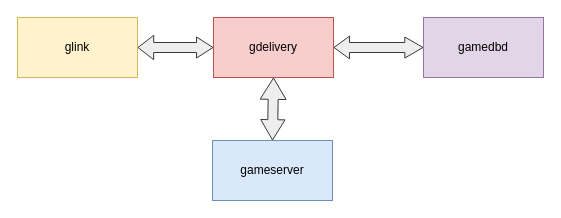
Above: page "Page-1" (1 of 4) of Untitled Diagram.drawio in hsoul/lqua (draw.io), before the change. Source tidied: cells renumbered, new cells numbered last; positions are measured from the earlier drawing's top-left corner, leaving out a move shared by most shapes. Both pictures are drawn from the tidied source at 100%, with x=0, y=0 at pixel (17, 17).
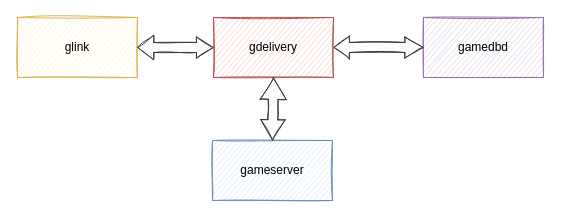
Above is the later version.

The edit, as a diff of the source:
```diff
@@
 <mxGraphModel>
   <root>
     <mxCell id="0" />
     <mxCell id="1" parent="0" />
-    <mxCell id="2" value="glink" style="rounded=0;whiteSpace=wrap;html=1;shadow=0;fontFamily=Helvetica;fontSize=12;align=center;fillColor=#fff2cc;strokeColor=#d6b656;" parent="1" vertex="1">
+    <mxCell id="2" value="glink" style="rounded=0;whiteSpace=wrap;html=1;shadow=0;fontFamily=Helvetica;fontSize=12;align=center;fillColor=#fff2cc;strokeColor=#d6b656;sketch=1;" parent="1" vertex="1">
       <mxGeometry width="120" height="60" as="geometry" />
     </mxCell>
-    <mxCell id="3" value="gdelivery" style="rounded=0;whiteSpace=wrap;html=1;shadow=0;fontFamily=Helvetica;fontSize=12;align=center;fillColor=#f8cecc;strokeColor=#b85450;" parent="1" vertex="1">
+    <mxCell id="3" value="gdelivery" style="rounded=0;whiteSpace=wrap;html=1;shadow=0;fontFamily=Helvetica;fontSize=12;align=center;fillColor=#f8cecc;strokeColor=#b85450;sketch=1;" parent="1" vertex="1">
       <mxGeometry x="196" width="120" height="60" as="geometry" />
     </mxCell>
-    <mxCell id="4" value="gamedbd" style="rounded=0;whiteSpace=wrap;html=1;shadow=0;fontFamily=Helvetica;fontSize=12;align=center;fillColor=#e1d5e7;strokeColor=#9673a6;" parent="1" vertex="1">
+    <mxCell id="4" value="gamedbd" style="rounded=0;whiteSpace=wrap;html=1;shadow=0;fontFamily=Helvetica;fontSize=12;align=center;fillColor=#e1d5e7;strokeColor=#9673a6;sketch=1;" parent="1" vertex="1">
       <mxGeometry x="406" width="120" height="60" as="geometry" />
     </mxCell>
-    <mxCell id="5" value="gameserver" style="rounded=0;whiteSpace=wrap;html=1;shadow=0;fontFamily=Helvetica;fontSize=12;align=center;fillColor=#dae8fc;strokeColor=#6c8ebf;" parent="1" vertex="1">
+    <mxCell id="5" value="gameserver" style="rounded=0;whiteSpace=wrap;html=1;shadow=0;fontFamily=Helvetica;fontSize=12;align=center;fillColor=#dae8fc;strokeColor=#6c8ebf;sketch=1;" parent="1" vertex="1">
       <mxGeometry x="195" y="123" width="120" height="60" as="geometry" />
     </mxCell>
-    <mxCell id="6" style="shape=flexArrow;endArrow=classic;startArrow=block;html=1;fontFamily=Helvetica;fontSize=12;exitX=1;exitY=0.5;exitDx=0;exitDy=0;entryX=0;entryY=0.5;entryDx=0;entryDy=0;endWidth=10;endSize=5.166666666666667;startWidth=13.333333333333334;startSize=4.891666666666667;startFill=0;fillColor=#eeeeee;strokeColor=#36393d;" parent="1" edge="1" source="2" target="3">
+    <mxCell id="6" style="shape=flexArrow;endArrow=classic;startArrow=block;html=1;fontFamily=Helvetica;fontSize=12;exitX=1;exitY=0.5;exitDx=0;exitDy=0;entryX=0;entryY=0.5;entryDx=0;entryDy=0;endWidth=10;endSize=5.166666666666667;startWidth=13.333333333333334;startSize=4.891666666666667;startFill=0;fillColor=#eeeeee;strokeColor=#36393d;sketch=1;" parent="1" edge="1" source="2" target="3">
       <mxGeometry relative="1" as="geometry" />
     </mxCell>
-    <mxCell id="7" style="shape=flexArrow;endArrow=classic;startArrow=classic;html=1;fontFamily=Helvetica;fontSize=12;entryX=0;entryY=0.5;entryDx=0;entryDy=0;exitX=1;exitY=0.5;exitDx=0;exitDy=0;startWidth=11.666666666666668;startSize=4.833333333333333;endWidth=10;endSize=5.7250000000000005;fillColor=#eeeeee;strokeColor=#36393d;" parent="1" edge="1" source="3" target="4">
+    <mxCell id="7" style="shape=flexArrow;endArrow=classic;startArrow=classic;html=1;fontFamily=Helvetica;fontSize=12;entryX=0;entryY=0.5;entryDx=0;entryDy=0;exitX=1;exitY=0.5;exitDx=0;exitDy=0;startWidth=11.666666666666668;startSize=4.833333333333333;endWidth=10;endSize=5.7250000000000005;fillColor=#eeeeee;strokeColor=#36393d;sketch=1;" parent="1" edge="1" source="3" target="4">
       <mxGeometry relative="1" as="geometry" />
     </mxCell>
-    <mxCell id="8" style="shape=flexArrow;endArrow=classic;startArrow=classic;html=1;fontFamily=Helvetica;fontSize=12;entryX=0.5;entryY=1;entryDx=0;entryDy=0;exitX=0.5;exitY=0;exitDx=0;exitDy=0;endWidth=15;endSize=6.783333333333334;startWidth=13.333333333333334;startSize=6.441666666666667;fillColor=#eeeeee;strokeColor=#36393d;" parent="1" edge="1" source="5" target="3">
+    <mxCell id="8" style="shape=flexArrow;endArrow=classic;startArrow=classic;html=1;fontFamily=Helvetica;fontSize=12;entryX=0.5;entryY=1;entryDx=0;entryDy=0;exitX=0.5;exitY=0;exitDx=0;exitDy=0;endWidth=15;endSize=6.783333333333334;startWidth=13.333333333333334;startSize=6.441666666666667;fillColor=#eeeeee;strokeColor=#36393d;sketch=1;" parent="1" edge="1" source="5" target="3">
       <mxGeometry relative="1" as="geometry" />
     </mxCell>
   </root>
 </mxGraphModel>
```
